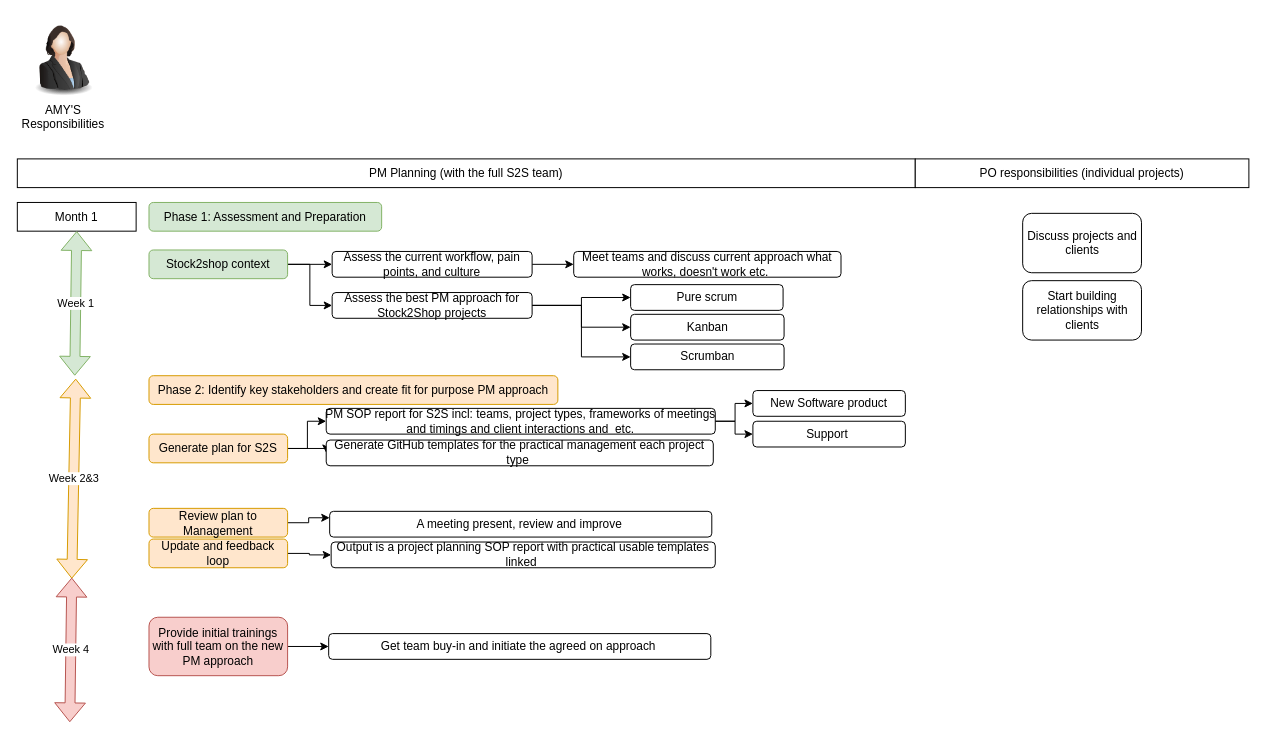
Before: Untitled Diagram.drawio in amyburness/scrum_sample, a draw.io diagram. Source tidied: cells renumbered, new cells numbered last; positions are measured from the earlier drawing's top-left corner, leaving out a move shared by most shapes. Both pictures are drawn from the tidied source at 99%, with x=0, y=0 at pixel (17, 17).
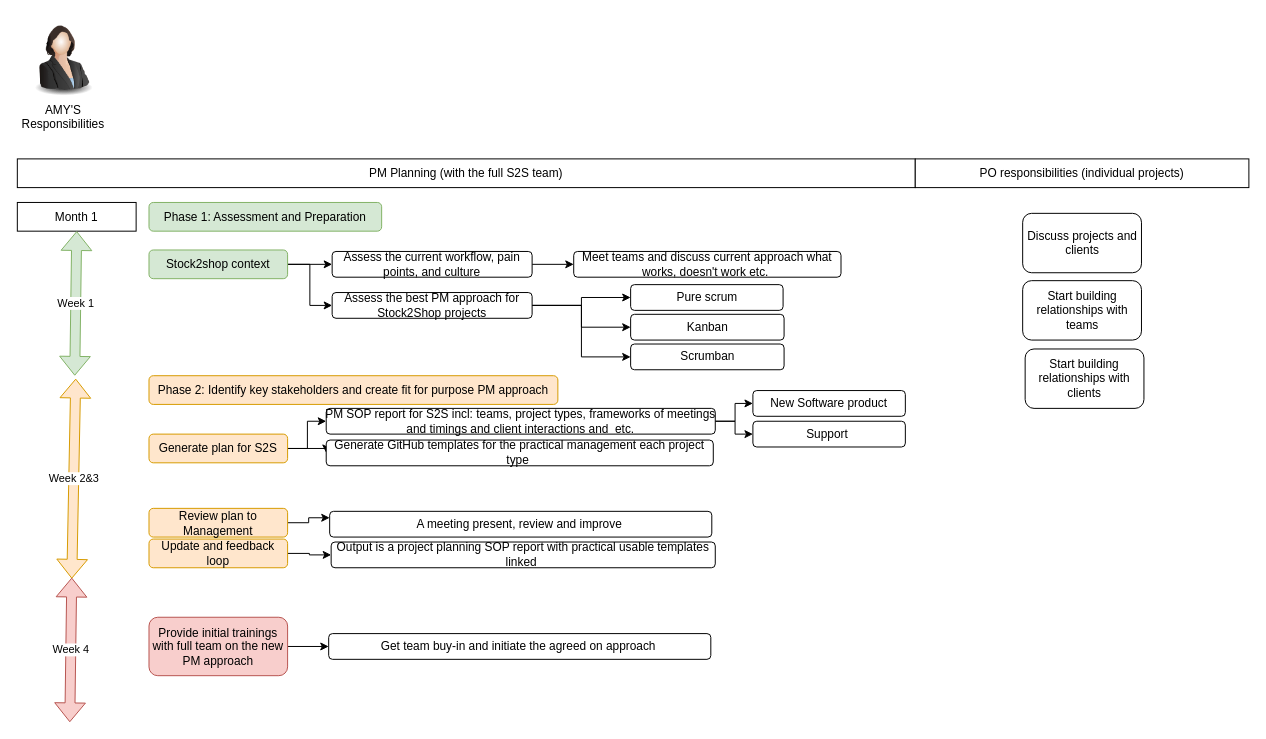
After the change.

Diff of the diagram source:
```diff
@@
     <mxCell id="43" value="Start building relationships with clients" style="rounded=1;whiteSpace=wrap;html=1;" parent="1" vertex="1">
-      <mxGeometry x="1015.5" y="266" width="120" height="60" as="geometry" />
+      <mxGeometry x="1018" y="335" width="120" height="60" as="geometry" />
     </mxCell>
+    <mxCell id="44" value="Start building relationships with teams" style="rounded=1;whiteSpace=wrap;html=1;" parent="1" vertex="1">
+      <mxGeometry x="1015.5" y="266" width="120" height="60" as="geometry" />
+    </mxCell>
```
